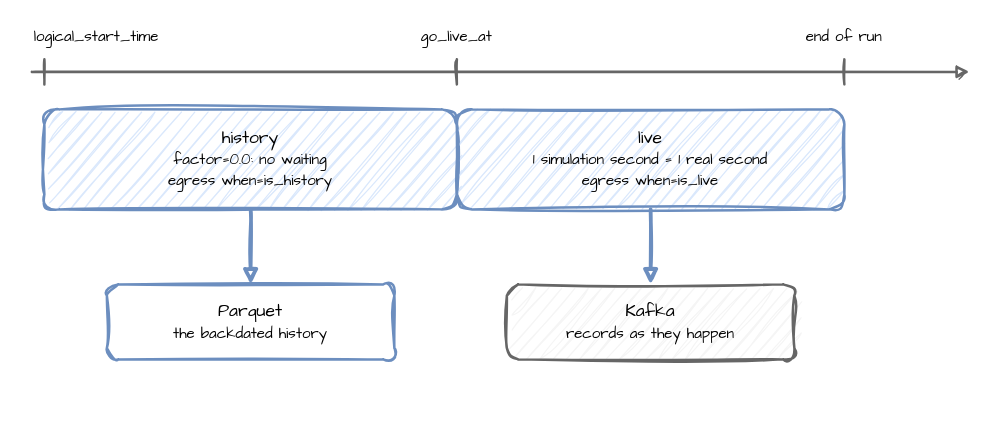
jaehyeon-kim/desflow keeps this draw.io diagram as docs/assets/diagrams/backfill-timeline.drawio. Above is the earlier version. Source tidied: cells renumbered, new cells numbered last; positions are measured from the earlier drawing's top-left corner, leaving out a move shared by most shapes. Both pictures are drawn from the tidied source at 125%, with x=0, y=0 at pixel (31, 21).
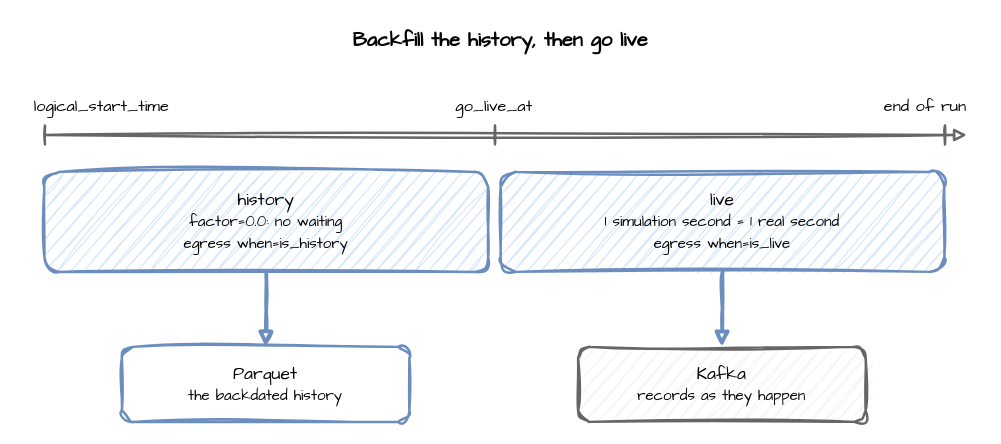
After the change.

The edit, as a diff of the source:
```diff
@@
+    <mxCell id="15" value="Backfill the history, then go live" style="text;html=1;align=center;verticalAlign=middle;whiteSpace=wrap;fontFamily=Comic Sans MS;fontSize=16;fontStyle=1;" parent="1" vertex="1">
+      <mxGeometry width="750" height="30" as="geometry" />
+    </mxCell>
-    <mxCell id="2" style="sketch=1;html=1;strokeWidth=2;endArrow=block;strokeColor=#666666;" parent="1" edge="1">
-      <mxGeometry relative="1" as="geometry">
-        <mxPoint y="40" as="sourcePoint" />
-        <mxPoint x="750" y="40" as="targetPoint" />
-      </mxGeometry>
+    <mxCell id="2" style="text;html=1;strokeColor=none;fillColor=none;" parent="1" vertex="1">
+      <mxGeometry x="10" y="90" width="1" height="1" as="geometry" />
     </mxCell>
-    <mxCell id="3" style="sketch=1;html=1;strokeWidth=2;endArrow=none;strokeColor=#666666;" parent="1" edge="1">
-      <mxGeometry relative="1" as="geometry">
-        <mxPoint x="10" y="30" as="sourcePoint" />
-        <mxPoint x="10" y="50" as="targetPoint" />
-      </mxGeometry>
+    <mxCell id="3" style="text;html=1;strokeColor=none;fillColor=none;" parent="1" vertex="1">
+      <mxGeometry x="748" y="90" width="1" height="1" as="geometry" />
     </mxCell>
-    <mxCell id="4" value="&lt;font style='font-size:12px'&gt;logical_start_time&lt;/font&gt;" style="text;html=1;align=center;verticalAlign=middle;whiteSpace=wrap;html=1;sketch=1;curveFitting=1;jiggle=2;fontFamily=Comic Sans MS;fontSize=14;align=left;" parent="1" vertex="1">
-      <mxGeometry width="160" height="24" as="geometry" />
+    <mxCell id="4" style="edgeStyle=orthogonalEdgeStyle;rounded=0;sketch=1;html=1;strokeWidth=2;endArrow=block;strokeColor=#666666;fontFamily=Comic Sans MS;fontSize=13;labelBackgroundColor=#ffffff;edgeStyle=none;" parent="1" edge="1" source="2" target="3">
+      <mxGeometry relative="1" as="geometry" />
     </mxCell>
-    <mxCell id="5" style="sketch=1;html=1;strokeWidth=2;endArrow=none;strokeColor=#666666;" parent="1" edge="1">
-      <mxGeometry relative="1" as="geometry">
-        <mxPoint x="340" y="30" as="sourcePoint" />
-        <mxPoint x="340" y="50" as="targetPoint" />
-      </mxGeometry>
+    <mxCell id="5" style="text;html=1;strokeColor=none;fillColor=none;" parent="1" vertex="1">
+      <mxGeometry x="10" y="82" width="1" height="1" as="geometry" />
     </mxCell>
-    <mxCell id="6" value="&lt;font style='font-size:12px'&gt;go_live_at&lt;/font&gt;" style="text;html=1;align=center;verticalAlign=middle;whiteSpace=wrap;html=1;sketch=1;curveFitting=1;jiggle=2;fontFamily=Comic Sans MS;fontSize=14;" parent="1" vertex="1">
-      <mxGeometry x="260" width="160" height="24" as="geometry" />
+    <mxCell id="6" style="text;html=1;strokeColor=none;fillColor=none;" parent="1" vertex="1">
+      <mxGeometry x="10" y="98" width="1" height="1" as="geometry" />
     </mxCell>
-    <mxCell id="7" style="sketch=1;html=1;strokeWidth=2;endArrow=none;strokeColor=#666666;" parent="1" edge="1">
-      <mxGeometry relative="1" as="geometry">
-        <mxPoint x="650" y="30" as="sourcePoint" />
-        <mxPoint x="650" y="50" as="targetPoint" />
-      </mxGeometry>
+    <mxCell id="7" style="edgeStyle=orthogonalEdgeStyle;rounded=0;sketch=1;html=1;strokeWidth=2;endArrow=none;strokeColor=#666666;fontFamily=Comic Sans MS;fontSize=13;labelBackgroundColor=#ffffff;edgeStyle=none;" parent="1" edge="1" source="5" target="6">
+      <mxGeometry relative="1" as="geometry" />
     </mxCell>
-    <mxCell id="8" value="&lt;font style='font-size:12px'&gt;end of run&lt;/font&gt;" style="text;html=1;align=center;verticalAlign=middle;whiteSpace=wrap;html=1;sketch=1;curveFitting=1;jiggle=2;fontFamily=Comic Sans MS;fontSize=14;" parent="1" vertex="1">
-      <mxGeometry x="570" width="160" height="24" as="geometry" />
+    <mxCell id="8" value="logical_start_time" style="text;html=1;align=left;verticalAlign=middle;whiteSpace=wrap;fontFamily=Comic Sans MS;fontSize=13;" parent="1" vertex="1">
+      <mxGeometry y="56" width="140" height="24" as="geometry" />
     </mxCell>
-    <mxCell id="9" value="history&lt;br&gt;&lt;font style='font-size:12px'&gt;factor=0.0: no waiting&lt;br&gt;egress when=is_history&lt;/font&gt;" style="rounded=1;whiteSpace=wrap;html=1;sketch=1;curveFitting=1;jiggle=2;fontFamily=Comic Sans MS;fontSize=14;fillColor=#dae8fc;strokeColor=#6c8ebf;strokeWidth=2;" parent="1" vertex="1">
-      <mxGeometry x="10" y="70" width="330" height="80" as="geometry" />
+    <mxCell id="9" style="text;html=1;strokeColor=none;fillColor=none;" parent="1" vertex="1">
+      <mxGeometry x="370" y="82" width="1" height="1" as="geometry" />
     </mxCell>
-    <mxCell id="10" value="live&lt;br&gt;&lt;font style='font-size:12px'&gt;1 simulation second = 1 real second&lt;br&gt;egress when=is_live&lt;/font&gt;" style="rounded=1;whiteSpace=wrap;html=1;sketch=1;curveFitting=1;jiggle=2;fontFamily=Comic Sans MS;fontSize=14;fillColor=#dae8fc;strokeColor=#6c8ebf;strokeWidth=2;" parent="1" vertex="1">
-      <mxGeometry x="340" y="70" width="310" height="80" as="geometry" />
+    <mxCell id="10" style="text;html=1;strokeColor=none;fillColor=none;" parent="1" vertex="1">
+      <mxGeometry x="370" y="98" width="1" height="1" as="geometry" />
     </mxCell>
-    <mxCell id="11" value="Parquet&lt;br&gt;&lt;font style='font-size:12px'&gt;the backdated history&lt;/font&gt;" style="rounded=1;whiteSpace=wrap;html=1;sketch=1;curveFitting=1;jiggle=2;fontFamily=Comic Sans MS;fontSize=14;fillColor=#ffffff;strokeColor=#6c8ebf;strokeWidth=2;" parent="1" vertex="1">
-      <mxGeometry x="60" y="210" width="230" height="60" as="geometry" />
+    <mxCell id="11" style="edgeStyle=orthogonalEdgeStyle;rounded=0;sketch=1;html=1;strokeWidth=2;endArrow=none;strokeColor=#666666;fontFamily=Comic Sans MS;fontSize=13;labelBackgroundColor=#ffffff;edgeStyle=none;" parent="1" edge="1" source="9" target="10">
+      <mxGeometry relative="1" as="geometry" />
     </mxCell>
-    <mxCell id="12" value="Kafka&lt;br&gt;&lt;font style='font-size:12px'&gt;records as they happen&lt;/font&gt;" style="rounded=1;whiteSpace=wrap;html=1;sketch=1;curveFitting=1;jiggle=2;fontFamily=Comic Sans MS;fontSize=14;fillColor=#f5f5f5;strokeColor=#666666;strokeWidth=2;" parent="1" vertex="1">
-      <mxGeometry x="380" y="210" width="230" height="60" as="geometry" />
+    <mxCell id="12" value="go_live_at" style="text;html=1;align=center;verticalAlign=middle;whiteSpace=wrap;fontFamily=Comic Sans MS;fontSize=13;" parent="1" vertex="1">
+      <mxGeometry x="320" y="56" width="100" height="24" as="geometry" />
     </mxCell>
-    <mxCell id="13" style="edgeStyle=orthogonalEdgeStyle;rounded=0;sketch=1;html=1;strokeWidth=3;endArrow=block;strokeColor=#6c8ebf;fontFamily=Comic Sans MS;fontSize=13;labelBackgroundColor=#ffffff;exitX=0.5;exitY=1;exitDx=0;exitDy=0;entryX=0.5;entryY=0;entryDx=0;entryDy=0;" parent="1" edge="1" source="9" target="11">
-      <mxGeometry relative="1" as="geometry" />
+    <mxCell id="13" style="text;html=1;strokeColor=none;fillColor=none;" parent="1" vertex="1">
+      <mxGeometry x="730" y="82" width="1" height="1" as="geometry" />
     </mxCell>
-    <mxCell id="14" style="edgeStyle=orthogonalEdgeStyle;rounded=0;sketch=1;html=1;strokeWidth=3;endArrow=block;strokeColor=#6c8ebf;fontFamily=Comic Sans MS;fontSize=13;labelBackgroundColor=#ffffff;exitX=0.5;exitY=1;exitDx=0;exitDy=0;entryX=0.5;entryY=0;entryDx=0;entryDy=0;" parent="1" edge="1" source="10" target="12">
-      <mxGeometry relative="1" as="geometry" />
+    <mxCell id="14" style="text;html=1;strokeColor=none;fillColor=none;" parent="1" vertex="1">
+      <mxGeometry x="730" y="98" width="1" height="1" as="geometry" />
     </mxCell>
+    <mxCell id="16" style="edgeStyle=orthogonalEdgeStyle;rounded=0;sketch=1;html=1;strokeWidth=2;endArrow=none;strokeColor=#666666;fontFamily=Comic Sans MS;fontSize=13;labelBackgroundColor=#ffffff;edgeStyle=none;" parent="1" edge="1" source="13" target="14">
+      <mxGeometry relative="1" as="geometry" />
+    </mxCell>
+    <mxCell id="17" value="end of run" style="text;html=1;align=right;verticalAlign=middle;whiteSpace=wrap;fontFamily=Comic Sans MS;fontSize=13;" parent="1" vertex="1">
+      <mxGeometry x="650" y="56" width="100" height="24" as="geometry" />
+    </mxCell>
+    <mxCell id="18" value="history&lt;br&gt;&lt;font style='font-size:12px'&gt;factor=0.0: no waiting&lt;br&gt;egress when=is_history&lt;/font&gt;" style="rounded=1;whiteSpace=wrap;html=1;sketch=1;curveFitting=1;jiggle=2;fontFamily=Comic Sans MS;fontSize=14;fillColor=#dae8fc;strokeColor=#6c8ebf;strokeWidth=2;" parent="1" vertex="1">
+      <mxGeometry x="10" y="120" width="355" height="80" as="geometry" />
+    </mxCell>
+    <mxCell id="19" value="live&lt;br&gt;&lt;font style='font-size:12px'&gt;1 simulation second = 1 real second&lt;br&gt;egress when=is_live&lt;/font&gt;" style="rounded=1;whiteSpace=wrap;html=1;sketch=1;curveFitting=1;jiggle=2;fontFamily=Comic Sans MS;fontSize=14;fillColor=#dae8fc;strokeColor=#6c8ebf;strokeWidth=2;" parent="1" vertex="1">
+      <mxGeometry x="375" y="120" width="355" height="80" as="geometry" />
+    </mxCell>
+    <mxCell id="20" value="Parquet&lt;br&gt;&lt;font style='font-size:12px'&gt;the backdated history&lt;/font&gt;" style="rounded=1;whiteSpace=wrap;html=1;sketch=1;curveFitting=1;jiggle=2;fontFamily=Comic Sans MS;fontSize=14;fillColor=#ffffff;strokeColor=#6c8ebf;strokeWidth=2;" parent="1" vertex="1">
+      <mxGeometry x="72" y="260" width="230" height="60" as="geometry" />
+    </mxCell>
+    <mxCell id="21" value="Kafka&lt;br&gt;&lt;font style='font-size:12px'&gt;records as they happen&lt;/font&gt;" style="rounded=1;whiteSpace=wrap;html=1;sketch=1;curveFitting=1;jiggle=2;fontFamily=Comic Sans MS;fontSize=14;fillColor=#f5f5f5;strokeColor=#666666;strokeWidth=2;" parent="1" vertex="1">
+      <mxGeometry x="437" y="260" width="230" height="60" as="geometry" />
+    </mxCell>
+    <mxCell id="22" style="edgeStyle=orthogonalEdgeStyle;rounded=0;sketch=1;html=1;strokeWidth=3;endArrow=block;strokeColor=#6c8ebf;fontFamily=Comic Sans MS;fontSize=13;labelBackgroundColor=#ffffff;exitX=0.5;exitY=1;exitDx=0;exitDy=0;entryX=0.5;entryY=0;entryDx=0;entryDy=0;" parent="1" edge="1" source="18" target="20">
+      <mxGeometry relative="1" as="geometry" />
+    </mxCell>
+    <mxCell id="23" style="edgeStyle=orthogonalEdgeStyle;rounded=0;sketch=1;html=1;strokeWidth=3;endArrow=block;strokeColor=#6c8ebf;fontFamily=Comic Sans MS;fontSize=13;labelBackgroundColor=#ffffff;exitX=0.5;exitY=1;exitDx=0;exitDy=0;entryX=0.5;entryY=0;entryDx=0;entryDy=0;" parent="1" edge="1" source="19" target="21">
+      <mxGeometry relative="1" as="geometry" />
+    </mxCell>
```
